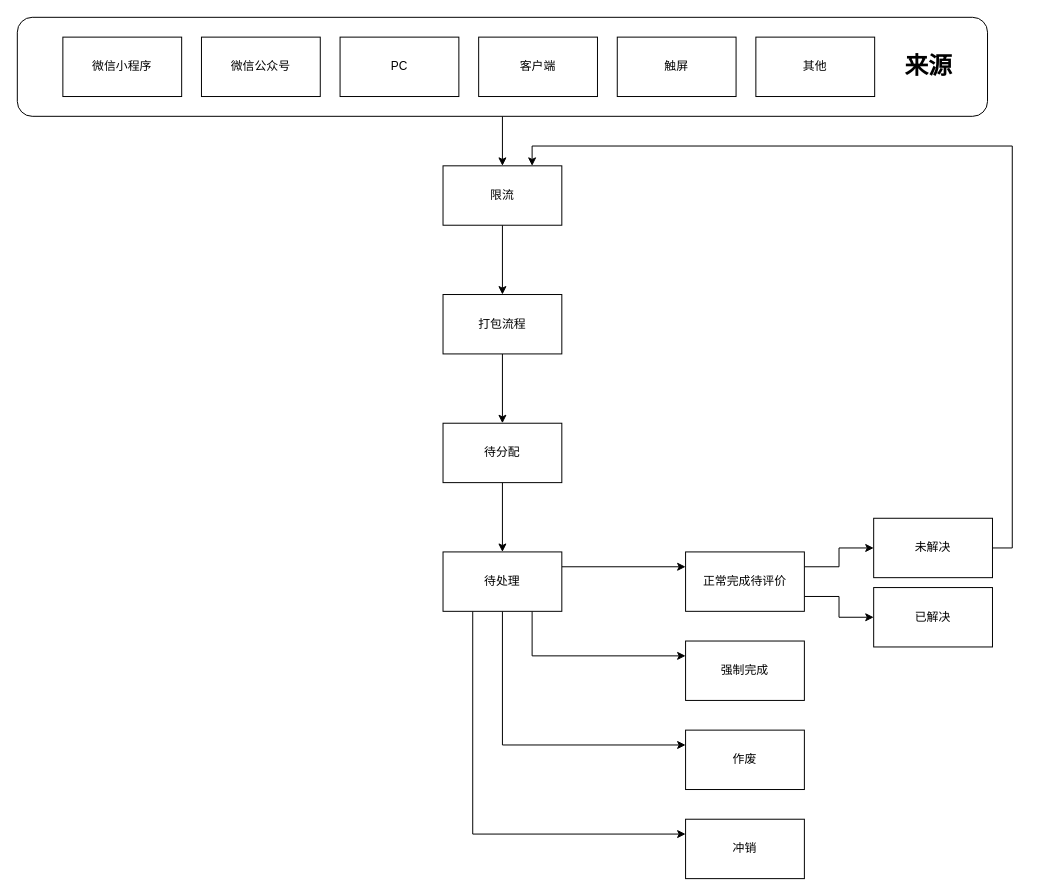
This is 意见建议业务流程图.drawio from qq584686739/draw, a draw.io file, before an edit. Source tidied: cells renumbered, new cells numbered last; positions are measured from the earlier drawing's top-left corner, leaving out a move shared by most shapes. Both pictures are drawn from the tidied source at 99%, with x=0, y=0 at pixel (17, 17).
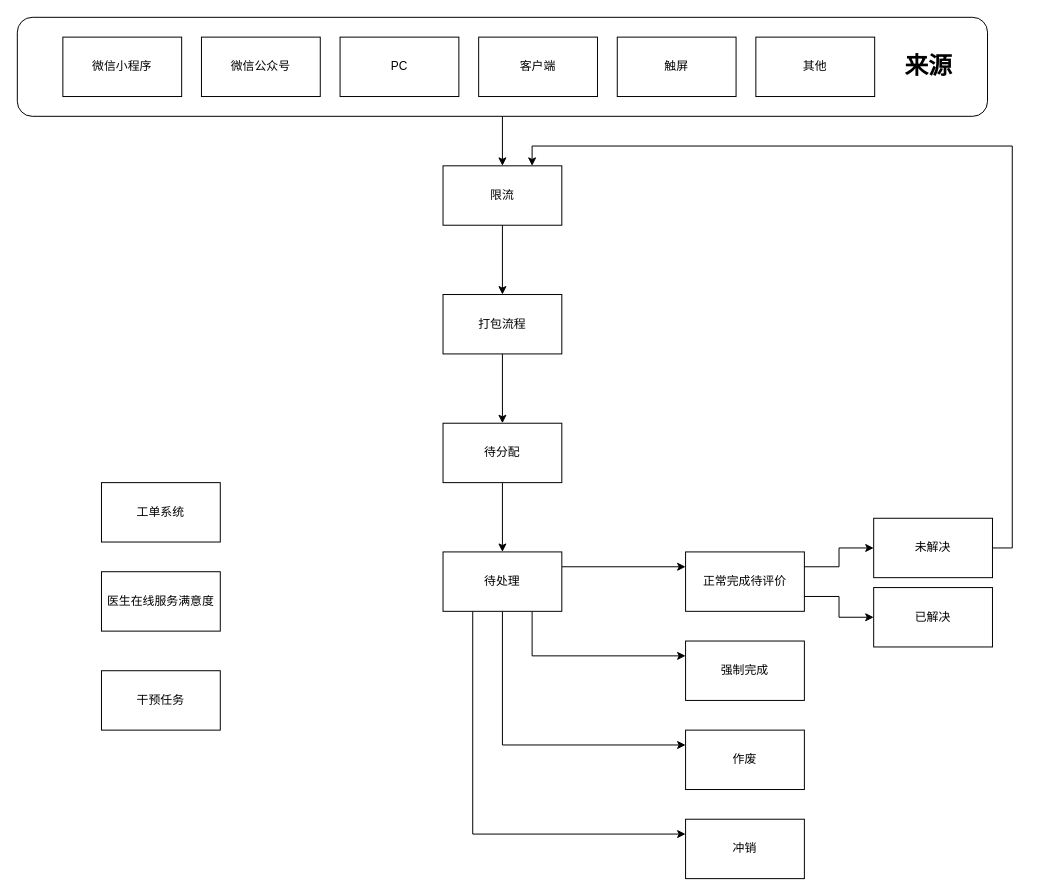
Above is the later version.

Commit message:
Update 意见建议业务流程图.drawio

Change to the diagram source:
```diff
@@
+    <mxCell id="30" value="干预任务" style="rounded=0;whiteSpace=wrap;html=1;" parent="1" vertex="1">
+      <mxGeometry x="85" y="660" width="120" height="60" as="geometry" />
+    </mxCell>
+    <mxCell id="31" value="医生在线服务满意度" style="rounded=0;whiteSpace=wrap;html=1;" parent="1" vertex="1">
+      <mxGeometry x="85" y="560" width="120" height="60" as="geometry" />
+    </mxCell>
+    <mxCell id="32" value="工单系统" style="rounded=0;whiteSpace=wrap;html=1;" parent="1" vertex="1">
+      <mxGeometry x="85" y="470" width="120" height="60" as="geometry" />
+    </mxCell>
```
